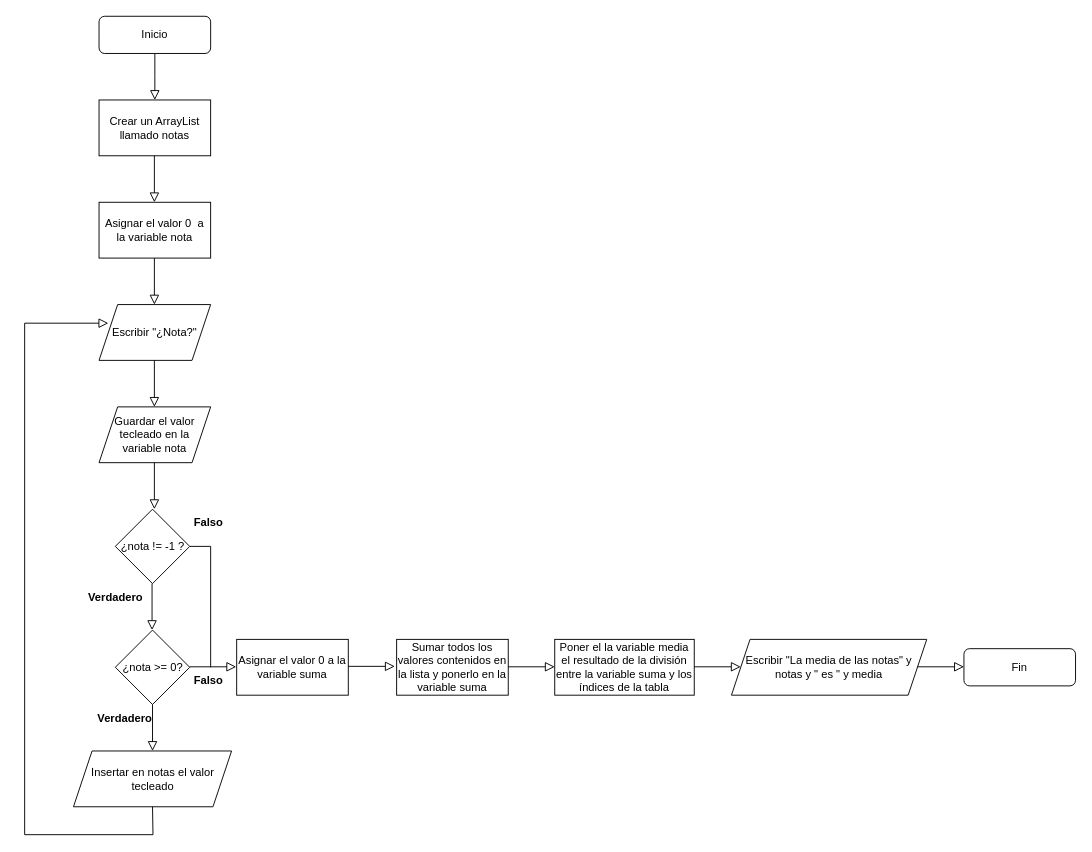
Before: Ejercicio3.drawio in chiarab22/LasTablas, a draw.io diagram. Source tidied: cells renumbered, new cells numbered last; positions are measured from the earlier drawing's top-left corner, leaving out a move shared by most shapes. Both pictures are drawn from the tidied source at 93%, with x=0, y=0 at pixel (24, 16).
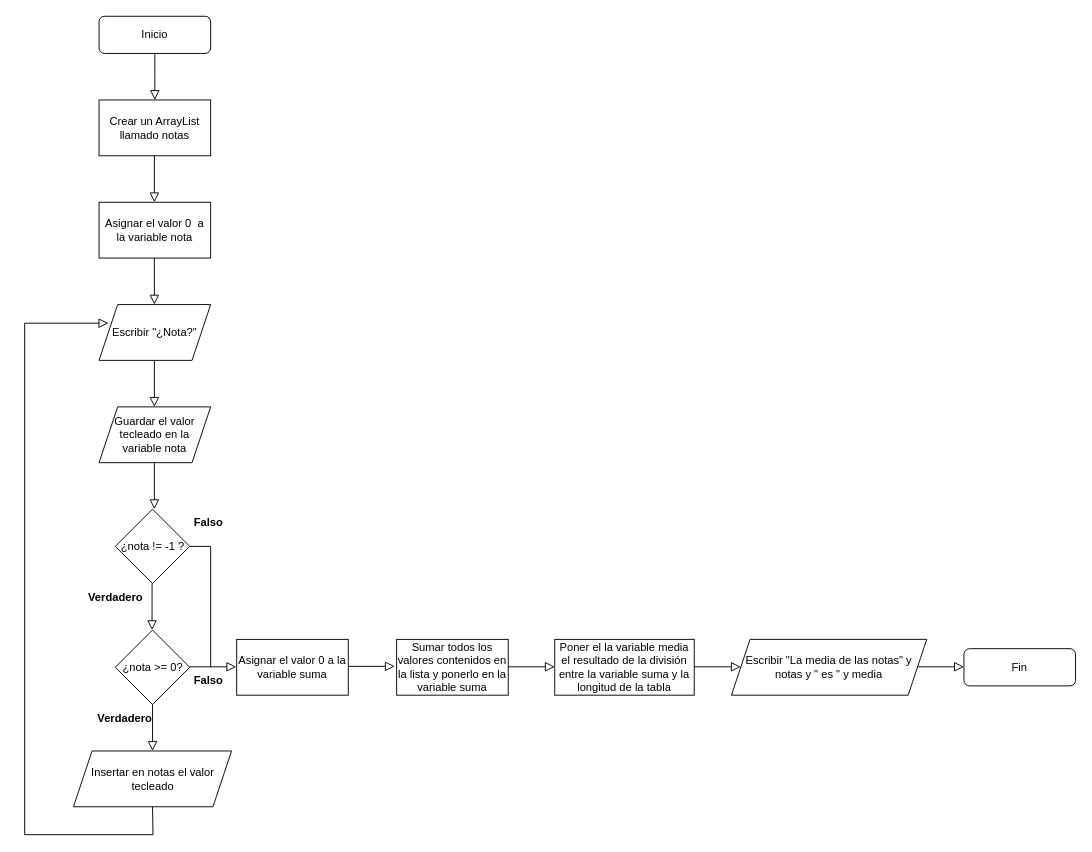
Above is the later version.

Change to the diagram source:
```diff
@@
-    <mxCell id="30" value="Poner el la variable media el resultado de la división entre la variable suma y los índices de la tabla" style="rounded=0;whiteSpace=wrap;html=1;" parent="1" vertex="1">
+    <mxCell id="30" value="Poner el la variable media el resultado de la división entre la variable suma y la longitud de la tabla" style="rounded=0;whiteSpace=wrap;html=1;" parent="1" vertex="1">
       <mxGeometry x="570" y="670" width="150" height="60" as="geometry" />
     </mxCell>
```
